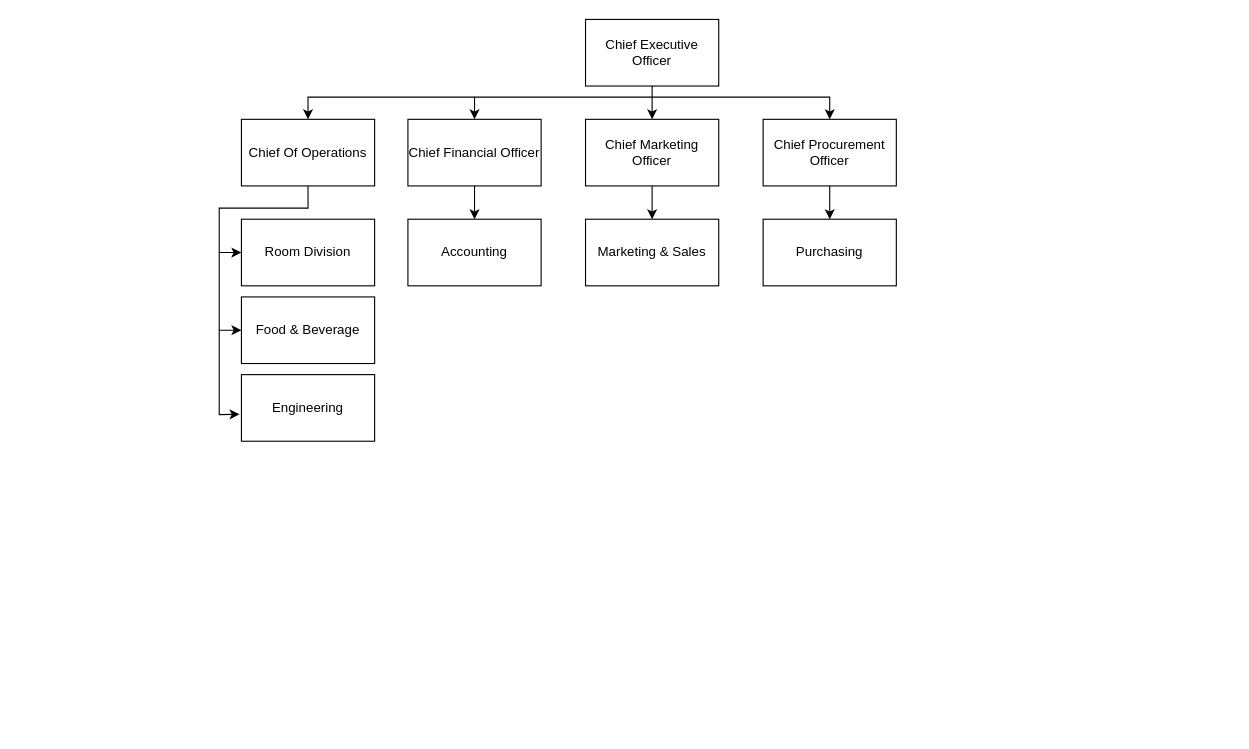
This is IS3103OrgChartNew.drawio from ryanliong/ToDoList, a draw.io file, before an edit. Source tidied: cells renumbered, new cells numbered last; positions are measured from the earlier drawing's top-left corner, leaving out a move shared by most shapes. Both pictures are drawn from the tidied source at 111%, with x=0, y=0 at pixel (219, 19).
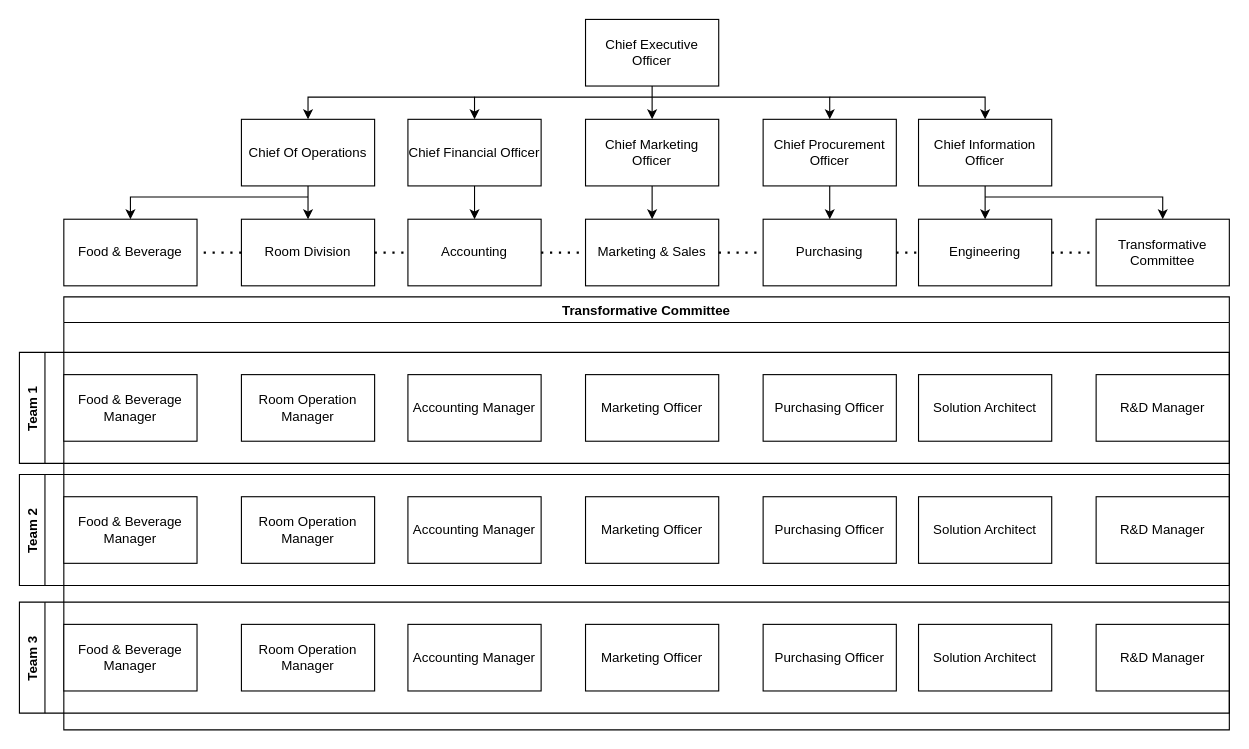
After the change.

The change refers to these unchanged cells:
```xml
<mxCell id="5" value="Chief Of Operations" style="rounded=0;whiteSpace=wrap;html=1;" parent="1" vertex="1">
  <mxGeometry x="20" y="90" width="120" height="60" as="geometry" />
</mxCell>
<mxCell id="7" value="Accounting" style="rounded=0;whiteSpace=wrap;html=1;" parent="1" vertex="1">
  <mxGeometry x="170" y="180" width="120" height="60" as="geometry" />
</mxCell>
<mxCell id="8" value="Room Division" style="rounded=0;whiteSpace=wrap;html=1;" parent="1" vertex="1">
  <mxGeometry x="20" y="180" width="120" height="60" as="geometry" />
</mxCell>
<mxCell id="10" value="Marketing &amp;amp; Sales" style="rounded=0;whiteSpace=wrap;html=1;" parent="1" vertex="1">
  <mxGeometry x="330" y="180" width="120" height="60" as="geometry" />
</mxCell>
<mxCell id="11" value="Purchasing" style="rounded=0;whiteSpace=wrap;html=1;" parent="1" vertex="1">
  <mxGeometry x="490" y="180" width="120" height="60" as="geometry" />
</mxCell>
```

Change to the diagram source:
```diff
@@
     <mxCell id="9" value="Food &amp;amp; Beverage" style="rounded=0;whiteSpace=wrap;html=1;" parent="1" vertex="1">
-      <mxGeometry x="20" y="250" width="120" height="60" as="geometry" />
+      <mxGeometry x="-140" y="180" width="120" height="60" as="geometry" />
     </mxCell>
@@
-    <mxCell id="12" value="Engineering" style="rounded=0;whiteSpace=wrap;html=1;" parent="1" vertex="1">
-      <mxGeometry x="20" y="320" width="120" height="60" as="geometry" />
+    <mxCell id="12" value="Transformative Committee" style="rounded=0;whiteSpace=wrap;html=1;" parent="1" vertex="1">
+      <mxGeometry x="790" y="180" width="120" height="60" as="geometry" />
     </mxCell>
@@
-    <mxCell id="17" style="endArrow=classic;html=1;rounded=0;entryX=0;entryY=0.5;entryDx=0;entryDy=0;exitX=0.5;exitY=1;exitDx=0;exitDy=0;" parent="1" edge="1" source="5" target="8">
+    <mxCell id="17" style="endArrow=classic;html=1;rounded=0;entryX=0.5;entryY=0;entryDx=0;entryDy=0;exitX=0.5;exitY=1;exitDx=0;exitDy=0;" parent="1" edge="1" source="5" target="8">
       <mxGeometry relative="1" as="geometry">
         <Array as="points">
           <mxPoint x="80" y="170" />
-          <mxPoint y="170" />
-          <mxPoint y="210" />
         </Array>
       </mxGeometry>
     </mxCell>
-    <mxCell id="18" style="endArrow=classic;html=1;rounded=0;entryX=0;entryY=0.5;entryDx=0;entryDy=0;" parent="1" edge="1" target="9">
+    <mxCell id="18" style="endArrow=classic;html=1;rounded=0;entryX=0.5;entryY=0;entryDx=0;entryDy=0;" parent="1" edge="1" target="9">
       <mxGeometry relative="1" as="geometry">
-        <mxPoint y="210" as="sourcePoint" />
+        <mxPoint x="80" y="160" as="sourcePoint" />
         <Array as="points">
-          <mxPoint y="280" />
+          <mxPoint x="-80" y="160" />
         </Array>
       </mxGeometry>
     </mxCell>
-    <mxCell id="19" style="endArrow=classic;html=1;rounded=0;entryX=-0.014;entryY=0.594;entryDx=0;entryDy=0;entryPerimeter=0;" parent="1" edge="1" target="12">
-      <mxGeometry relative="1" as="geometry">
-        <mxPoint y="280" as="sourcePoint" />
-        <Array as="points">
-          <mxPoint y="356" />
-        </Array>
-      </mxGeometry>
-    </mxCell>
@@
+    <mxCell id="23" value="Chief Information Officer" style="rounded=0;whiteSpace=wrap;html=1;" parent="1" vertex="1">
+      <mxGeometry x="630" y="90" width="120" height="60" as="geometry" />
+    </mxCell>
+    <mxCell id="24" value="Engineering" style="rounded=0;whiteSpace=wrap;html=1;" parent="1" vertex="1">
+      <mxGeometry x="630" y="180" width="120" height="60" as="geometry" />
+    </mxCell>
+    <mxCell id="25" style="endArrow=classic;html=1;rounded=0;entryX=0.5;entryY=0;entryDx=0;entryDy=0;" parent="1" edge="1" target="23">
+      <mxGeometry relative="1" as="geometry">
+        <mxPoint x="550" y="70" as="sourcePoint" />
+        <Array as="points">
+          <mxPoint x="690" y="70" />
+        </Array>
+      </mxGeometry>
+    </mxCell>
+    <mxCell id="26" style="endArrow=classic;html=1;rounded=0;exitX=0.5;exitY=1;exitDx=0;exitDy=0;entryX=0.5;entryY=0;entryDx=0;entryDy=0;" parent="1" edge="1" source="23" target="24">
+      <mxGeometry relative="1" as="geometry">
+        <Array as="points">
+          <mxPoint x="690" y="170" />
+        </Array>
+      </mxGeometry>
+    </mxCell>
+    <mxCell id="27" style="endArrow=classic;html=1;rounded=0;entryX=0.5;entryY=0;entryDx=0;entryDy=0;" parent="1" edge="1" target="12">
+      <mxGeometry relative="1" as="geometry">
+        <mxPoint x="690" y="160" as="sourcePoint" />
+        <Array as="points">
+          <mxPoint x="770" y="160" />
+          <mxPoint x="850" y="160" />
+        </Array>
+      </mxGeometry>
+    </mxCell>
+    <mxCell id="28" style="endArrow=none;dashed=1;html=1;dashPattern=1 3;strokeWidth=2;rounded=0;exitX=1;exitY=0.5;exitDx=0;exitDy=0;entryX=0;entryY=0.5;entryDx=0;entryDy=0;" parent="1" edge="1" source="11" target="24">
+      <mxGeometry relative="1" as="geometry" />
+    </mxCell>
+    <mxCell id="29" style="endArrow=none;dashed=1;html=1;dashPattern=1 3;strokeWidth=2;rounded=0;entryX=0;entryY=0.5;entryDx=0;entryDy=0;exitX=1;exitY=0.5;exitDx=0;exitDy=0;" parent="1" edge="1" source="10" target="11">
+      <mxGeometry relative="1" as="geometry" />
+    </mxCell>
+    <mxCell id="30" style="endArrow=none;dashed=1;html=1;dashPattern=1 3;strokeWidth=2;rounded=0;entryX=0;entryY=0.5;entryDx=0;entryDy=0;exitX=1;exitY=0.5;exitDx=0;exitDy=0;" parent="1" edge="1" source="7" target="10">
+      <mxGeometry relative="1" as="geometry" />
+    </mxCell>
+    <mxCell id="31" style="endArrow=none;dashed=1;html=1;dashPattern=1 3;strokeWidth=2;rounded=0;exitX=1;exitY=0.5;exitDx=0;exitDy=0;entryX=0;entryY=0.5;entryDx=0;entryDy=0;" parent="1" edge="1" source="8" target="7">
+      <mxGeometry relative="1" as="geometry" />
+    </mxCell>
+    <mxCell id="32" style="endArrow=none;dashed=1;html=1;dashPattern=1 3;strokeWidth=2;rounded=0;exitX=1;exitY=0.5;exitDx=0;exitDy=0;entryX=0;entryY=0.5;entryDx=0;entryDy=0;" parent="1" edge="1" source="24" target="12">
+      <mxGeometry relative="1" as="geometry" />
+    </mxCell>
+    <mxCell id="33" style="endArrow=none;dashed=1;html=1;dashPattern=1 3;strokeWidth=2;rounded=0;entryX=1;entryY=0.5;entryDx=0;entryDy=0;exitX=0;exitY=0.5;exitDx=0;exitDy=0;" parent="1" edge="1" source="8" target="9">
+      <mxGeometry relative="1" as="geometry" />
+    </mxCell>
+    <mxCell id="34" value="Transformative Committee" style="swimlane;" parent="1" vertex="1">
+      <mxGeometry x="-140" y="250" width="1050" height="390" as="geometry" />
+    </mxCell>
+    <mxCell id="35" value="R&amp;amp;D Manager" style="rounded=0;whiteSpace=wrap;html=1;" parent="34" vertex="1">
+      <mxGeometry x="930" y="70" width="120" height="60" as="geometry" />
+    </mxCell>
+    <mxCell id="36" value="Purchasing Officer" style="rounded=0;whiteSpace=wrap;html=1;" parent="34" vertex="1">
+      <mxGeometry x="630" y="70" width="120" height="60" as="geometry" />
+    </mxCell>
+    <mxCell id="37" value="Marketing Officer" style="rounded=0;whiteSpace=wrap;html=1;" parent="34" vertex="1">
+      <mxGeometry x="470" y="70" width="120" height="60" as="geometry" />
+    </mxCell>
+    <mxCell id="38" value="Accounting Manager" style="rounded=0;whiteSpace=wrap;html=1;" parent="34" vertex="1">
+      <mxGeometry x="310" y="70" width="120" height="60" as="geometry" />
+    </mxCell>
+    <mxCell id="39" value="Room Operation Manager" style="rounded=0;whiteSpace=wrap;html=1;" parent="34" vertex="1">
+      <mxGeometry x="160" y="70" width="120" height="60" as="geometry" />
+    </mxCell>
+    <mxCell id="40" value="Food &amp;amp; Beverage Manager" style="rounded=0;whiteSpace=wrap;html=1;" parent="34" vertex="1">
+      <mxGeometry y="70" width="120" height="60" as="geometry" />
+    </mxCell>
+    <mxCell id="41" value="Solution Architect" style="rounded=0;whiteSpace=wrap;html=1;" parent="34" vertex="1">
+      <mxGeometry x="770" y="70" width="120" height="60" as="geometry" />
+    </mxCell>
+    <mxCell id="42" value="Team 1" style="swimlane;horizontal=0;" parent="34" vertex="1">
+      <mxGeometry x="-40" y="50" width="1090" height="100" as="geometry" />
+    </mxCell>
+    <mxCell id="43" value="R&amp;amp;D Manager" style="rounded=0;whiteSpace=wrap;html=1;" parent="34" vertex="1">
+      <mxGeometry x="930" y="180" width="120" height="60" as="geometry" />
+    </mxCell>
+    <mxCell id="44" value="Purchasing Officer" style="rounded=0;whiteSpace=wrap;html=1;" parent="34" vertex="1">
+      <mxGeometry x="630" y="180" width="120" height="60" as="geometry" />
+    </mxCell>
+    <mxCell id="45" value="Marketing Officer" style="rounded=0;whiteSpace=wrap;html=1;" parent="34" vertex="1">
+      <mxGeometry x="470" y="180" width="120" height="60" as="geometry" />
+    </mxCell>
+    <mxCell id="46" value="Accounting Manager" style="rounded=0;whiteSpace=wrap;html=1;" parent="34" vertex="1">
+      <mxGeometry x="310" y="180" width="120" height="60" as="geometry" />
+    </mxCell>
+    <mxCell id="47" value="Room Operation Manager" style="rounded=0;whiteSpace=wrap;html=1;" parent="34" vertex="1">
+      <mxGeometry x="160" y="180" width="120" height="60" as="geometry" />
+    </mxCell>
+    <mxCell id="48" value="Food &amp;amp; Beverage Manager" style="rounded=0;whiteSpace=wrap;html=1;" parent="34" vertex="1">
+      <mxGeometry y="180" width="120" height="60" as="geometry" />
+    </mxCell>
+    <mxCell id="49" value="Solution Architect" style="rounded=0;whiteSpace=wrap;html=1;" parent="34" vertex="1">
+      <mxGeometry x="770" y="180" width="120" height="60" as="geometry" />
+    </mxCell>
+    <mxCell id="50" value="Team 2" style="swimlane;horizontal=0;" parent="34" vertex="1">
+      <mxGeometry x="-40" y="160" width="1090" height="100" as="geometry" />
+    </mxCell>
+    <mxCell id="51" value="R&amp;amp;D Manager" style="rounded=0;whiteSpace=wrap;html=1;" parent="34" vertex="1">
+      <mxGeometry x="930" y="295" width="120" height="60" as="geometry" />
+    </mxCell>
+    <mxCell id="52" value="Purchasing Officer" style="rounded=0;whiteSpace=wrap;html=1;" parent="34" vertex="1">
+      <mxGeometry x="630" y="295" width="120" height="60" as="geometry" />
+    </mxCell>
+    <mxCell id="53" value="Marketing Officer" style="rounded=0;whiteSpace=wrap;html=1;" parent="34" vertex="1">
+      <mxGeometry x="470" y="295" width="120" height="60" as="geometry" />
+    </mxCell>
+    <mxCell id="54" value="Accounting Manager" style="rounded=0;whiteSpace=wrap;html=1;" parent="34" vertex="1">
+      <mxGeometry x="310" y="295" width="120" height="60" as="geometry" />
+    </mxCell>
+    <mxCell id="55" value="Room Operation Manager" style="rounded=0;whiteSpace=wrap;html=1;" parent="34" vertex="1">
+      <mxGeometry x="160" y="295" width="120" height="60" as="geometry" />
+    </mxCell>
+    <mxCell id="56" value="Food &amp;amp; Beverage Manager" style="rounded=0;whiteSpace=wrap;html=1;" parent="34" vertex="1">
+      <mxGeometry y="295" width="120" height="60" as="geometry" />
+    </mxCell>
+    <mxCell id="57" value="Solution Architect" style="rounded=0;whiteSpace=wrap;html=1;" parent="34" vertex="1">
+      <mxGeometry x="770" y="295" width="120" height="60" as="geometry" />
+    </mxCell>
+    <mxCell id="58" value="Team 3" style="swimlane;horizontal=0;" parent="34" vertex="1">
+      <mxGeometry x="-40" y="275" width="1090" height="100" as="geometry" />
+    </mxCell>
```
